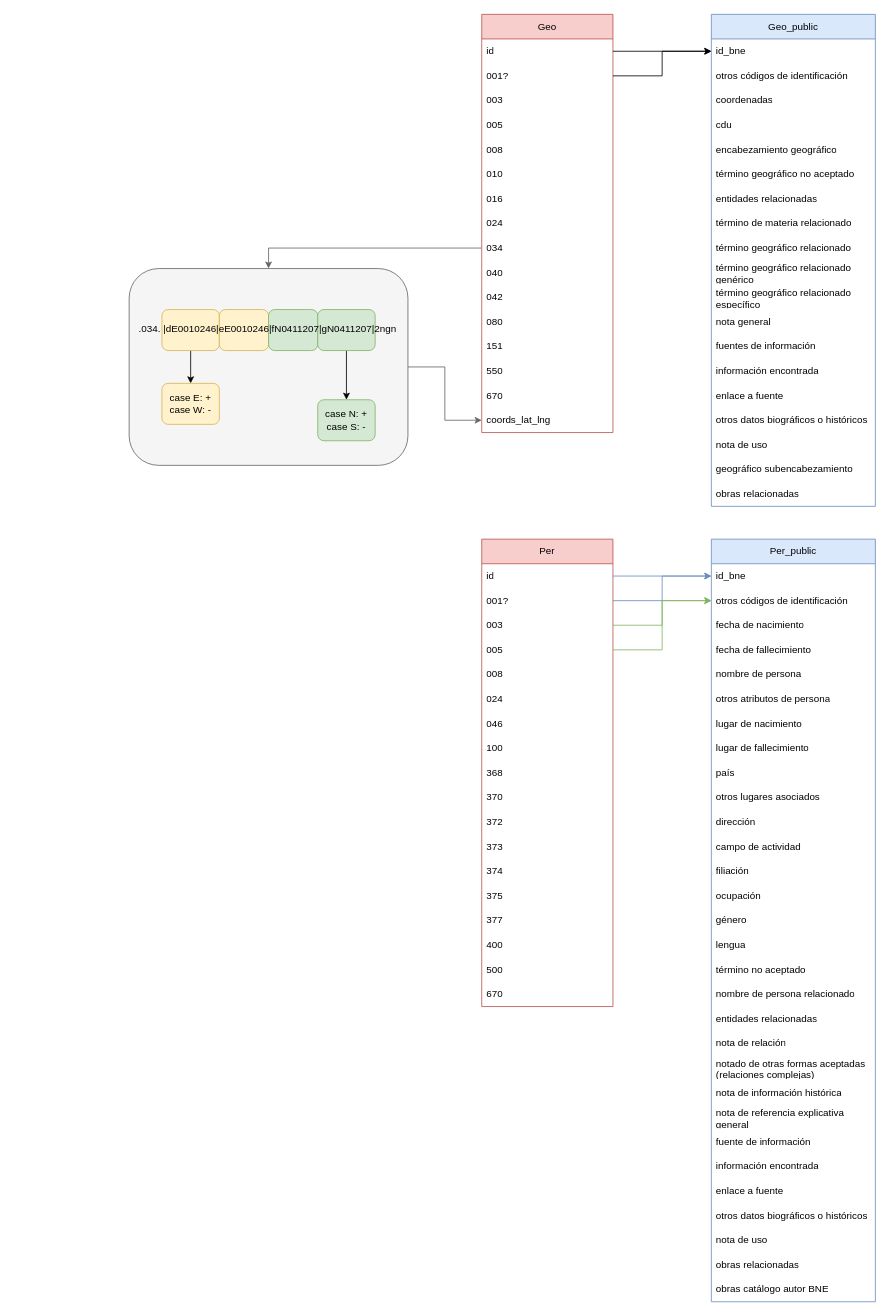
vgenov-py/bne_api keeps this draw.io diagram as draw/models.drawio. Above is the earlier version. Source tidied: cells renumbered, new cells numbered last; positions are measured from the earlier drawing's top-left corner, leaving out a move shared by most shapes. Both pictures are drawn from the tidied source at 82%, with x=0, y=0 at pixel (129, 14).
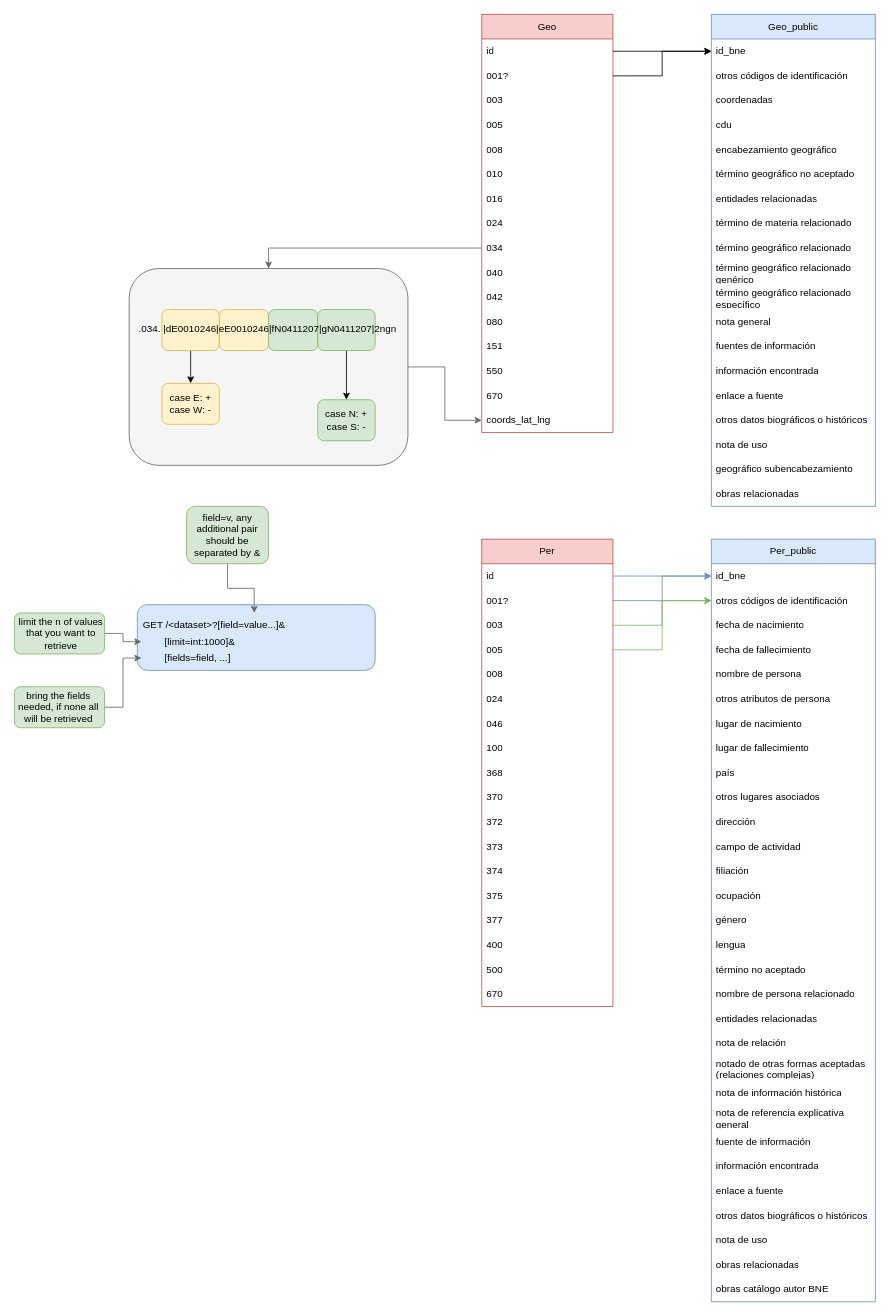
Above is the later version.

Diff of the diagram source:
```diff
@@
+    <mxCell id="109" style="rounded=1;whiteSpace=wrap;html=1;fillColor=#dae8fc;strokeColor=#6c8ebf;" parent="1" vertex="1">
+      <mxGeometry x="10" y="720" width="290" height="80" as="geometry" />
+    </mxCell>
+    <mxCell id="110" value="GET /&amp;lt;dataset&amp;gt;?[field=value...]&amp;amp;" style="text;html=1;strokeColor=none;fillColor=none;align=left;verticalAlign=middle;whiteSpace=wrap;rounded=0;" parent="1" vertex="1">
+      <mxGeometry x="15" y="730" width="275" height="30" as="geometry" />
+    </mxCell>
+    <mxCell id="111" value="&lt;span style=&quot;white-space: pre;&quot;&gt;&#9;&lt;/span&gt;[limit=int:1000]&amp;amp;" style="text;html=1;strokeColor=none;fillColor=none;align=left;verticalAlign=middle;whiteSpace=wrap;rounded=0;" parent="1" vertex="1">
+      <mxGeometry x="15" y="750" width="275" height="30" as="geometry" />
+    </mxCell>
+    <mxCell id="112" value="&lt;span style=&quot;white-space: pre;&quot;&gt;&#9;&lt;/span&gt;[fields=field, ...]" style="text;html=1;strokeColor=none;fillColor=none;align=left;verticalAlign=middle;whiteSpace=wrap;rounded=0;" parent="1" vertex="1">
+      <mxGeometry x="15" y="770" width="275" height="30" as="geometry" />
+    </mxCell>
+    <mxCell id="113" style="edgeStyle=orthogonalEdgeStyle;rounded=0;jettySize=auto;html=1;exitX=1;exitY=0.5;exitDx=0;exitDy=0;fillColor=#f5f5f5;strokeColor=#666666;" parent="1" edge="1" source="114" target="111">
+      <mxGeometry relative="1" as="geometry" />
+    </mxCell>
+    <mxCell id="114" style="rounded=1;whiteSpace=wrap;html=1;fillColor=#d5e8d4;strokeColor=#82b366;" parent="1" vertex="1">
+      <mxGeometry x="-140" y="730" width="110" height="50" as="geometry" />
+    </mxCell>
+    <mxCell id="115" value="limit the n of values that you want to retrieve" style="text;html=1;strokeColor=none;fillColor=none;align=center;verticalAlign=middle;whiteSpace=wrap;rounded=0;" parent="1" vertex="1">
+      <mxGeometry x="-137.5" y="740" width="107.5" height="30" as="geometry" />
+    </mxCell>
+    <mxCell id="116" style="edgeStyle=orthogonalEdgeStyle;rounded=0;jettySize=auto;html=1;exitX=1;exitY=0.5;exitDx=0;exitDy=0;fillColor=#f5f5f5;strokeColor=#666666;entryX=0;entryY=0.5;entryDx=0;entryDy=0;" parent="1" edge="1" source="117" target="112">
+      <mxGeometry relative="1" as="geometry" />
+    </mxCell>
+    <mxCell id="117" style="rounded=1;whiteSpace=wrap;html=1;fillColor=#d5e8d4;strokeColor=#82b366;" parent="1" vertex="1">
+      <mxGeometry x="-140" y="820" width="110" height="50" as="geometry" />
+    </mxCell>
+    <mxCell id="118" value="bring the fields needed, if none all will be retrieved" style="text;html=1;strokeColor=none;fillColor=none;align=center;verticalAlign=middle;whiteSpace=wrap;rounded=0;" parent="1" vertex="1">
+      <mxGeometry x="-140" y="830" width="107.5" height="30" as="geometry" />
+    </mxCell>
+    <mxCell id="119" style="edgeStyle=orthogonalEdgeStyle;rounded=0;jettySize=auto;html=1;exitX=0.5;exitY=1;exitDx=0;exitDy=0;fillColor=#f5f5f5;strokeColor=#666666;" parent="1" edge="1" source="120" target="110">
+      <mxGeometry relative="1" as="geometry" />
+    </mxCell>
+    <mxCell id="120" style="rounded=1;whiteSpace=wrap;html=1;fillColor=#d5e8d4;strokeColor=#82b366;" parent="1" vertex="1">
+      <mxGeometry x="70" y="600" width="100" height="70" as="geometry" />
+    </mxCell>
+    <mxCell id="121" value="field=v, any additional pair should be separated by &amp;amp;" style="text;html=1;strokeColor=none;fillColor=none;align=center;verticalAlign=middle;whiteSpace=wrap;rounded=0;" parent="1" vertex="1">
+      <mxGeometry x="75" y="620" width="90" height="30" as="geometry" />
+    </mxCell>
```
